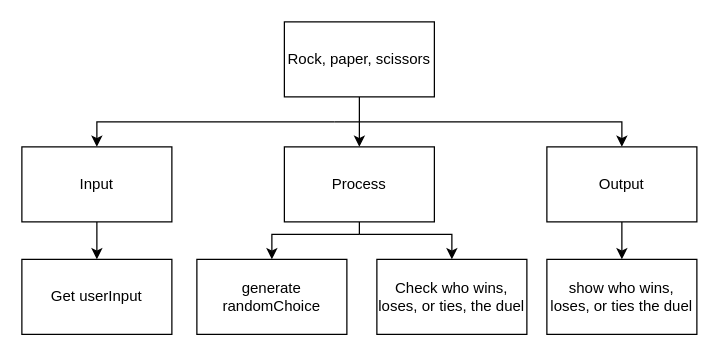
Above: Drawio/Topdown.drawio in JacksonNaufal/ics4u-assignment-2-ERROR--typescript (draw.io), before the change. Source tidied: cells renumbered, new cells numbered last; positions are measured from the earlier drawing's top-left corner, leaving out a move shared by most shapes. Both pictures are drawn from the tidied source at 125%, with x=0, y=0 at pixel (21, 21).
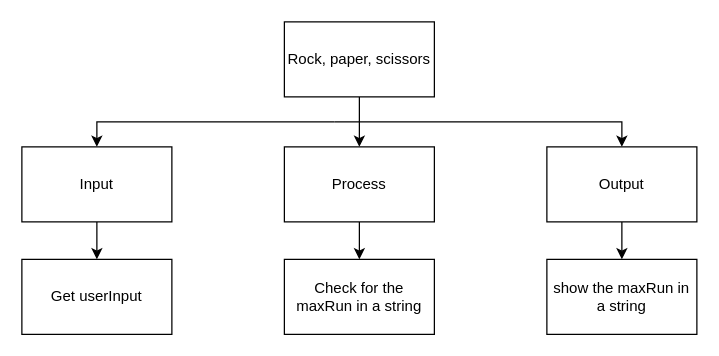
After the change.

The change refers to these unchanged cells:
```xml
<mxCell id="11" value="Process" style="rounded=0;whiteSpace=wrap;html=1;" parent="1" vertex="1">
  <mxGeometry x="210" y="100" width="120" height="60" as="geometry" />
</mxCell>
```

Diff of the diagram source:
```diff
@@
-    <mxCell id="8" style="edgeStyle=none;html=1;entryX=0.5;entryY=0;entryDx=0;entryDy=0;rounded=0;" parent="1" edge="1" target="15">
-      <mxGeometry relative="1" as="geometry">
-        <mxPoint x="270" y="170" as="sourcePoint" />
-        <Array as="points">
-          <mxPoint x="200" y="170" />
-        </Array>
-      </mxGeometry>
-    </mxCell>
-    <mxCell id="9" style="edgeStyle=none;html=1;endArrow=none;endFill=0;" parent="1" edge="1" source="11">
-      <mxGeometry relative="1" as="geometry">
-        <mxPoint x="270" y="170" as="targetPoint" />
-      </mxGeometry>
-    </mxCell>
-    <mxCell id="10" style="edgeStyle=none;rounded=0;html=1;endArrow=classic;endFill=1;entryX=0.5;entryY=0;entryDx=0;entryDy=0;" parent="1" edge="1" target="17">
-      <mxGeometry relative="1" as="geometry">
-        <mxPoint x="270" y="170" as="sourcePoint" />
-        <Array as="points">
-          <mxPoint x="344" y="170" />
-        </Array>
-      </mxGeometry>
+    <mxCell id="10" style="edgeStyle=none;html=1;entryX=0.5;entryY=0;entryDx=0;entryDy=0;" parent="1" edge="1" source="11" target="17">
+      <mxGeometry relative="1" as="geometry" />
     </mxCell>
@@
-    <mxCell id="15" value="generate randomChoice" style="rounded=0;whiteSpace=wrap;html=1;" parent="1" vertex="1">
-      <mxGeometry x="140" y="190" width="120" height="60" as="geometry" />
-    </mxCell>
-    <mxCell id="16" value="show who wins, loses, or ties the duel" style="rounded=0;whiteSpace=wrap;html=1;" parent="1" vertex="1">
+    <mxCell id="16" value="show the maxRun in a string" style="rounded=0;whiteSpace=wrap;html=1;" parent="1" vertex="1">
       <mxGeometry x="420" y="190" width="120" height="60" as="geometry" />
     </mxCell>
-    <mxCell id="17" value="Check who wins, loses, or ties, the duel" style="rounded=0;whiteSpace=wrap;html=1;" parent="1" vertex="1">
-      <mxGeometry x="284" y="190" width="120" height="60" as="geometry" />
+    <mxCell id="17" value="Check for the maxRun in a string" style="rounded=0;whiteSpace=wrap;html=1;" parent="1" vertex="1">
+      <mxGeometry x="210" y="190" width="120" height="60" as="geometry" />
     </mxCell>
```
